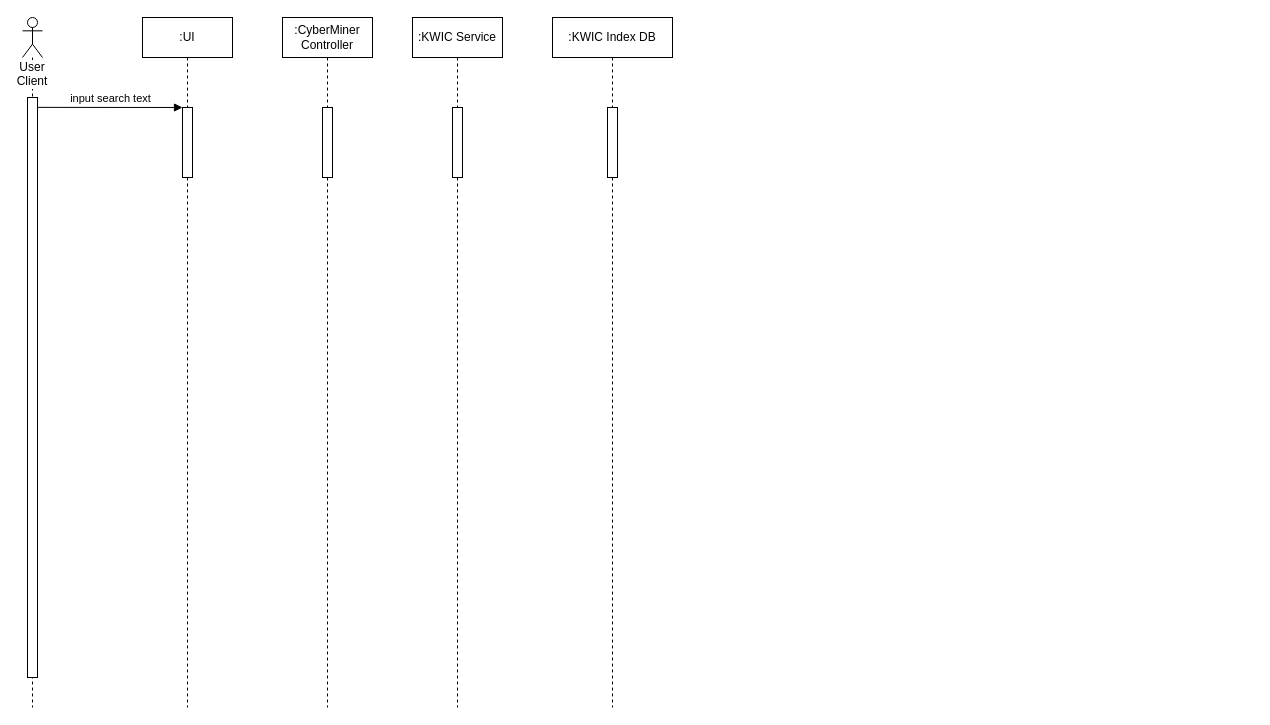
This is cyberminer_sequence.drawio from kntnguyen94/To-Do-List-Builder, a draw.io file, before an edit. Source tidied: cells renumbered, new cells numbered last; positions are measured from the earlier drawing's top-left corner, leaving out a move shared by most shapes. Both pictures are drawn from the tidied source at 100%, with x=0, y=0 at pixel (22, 17).
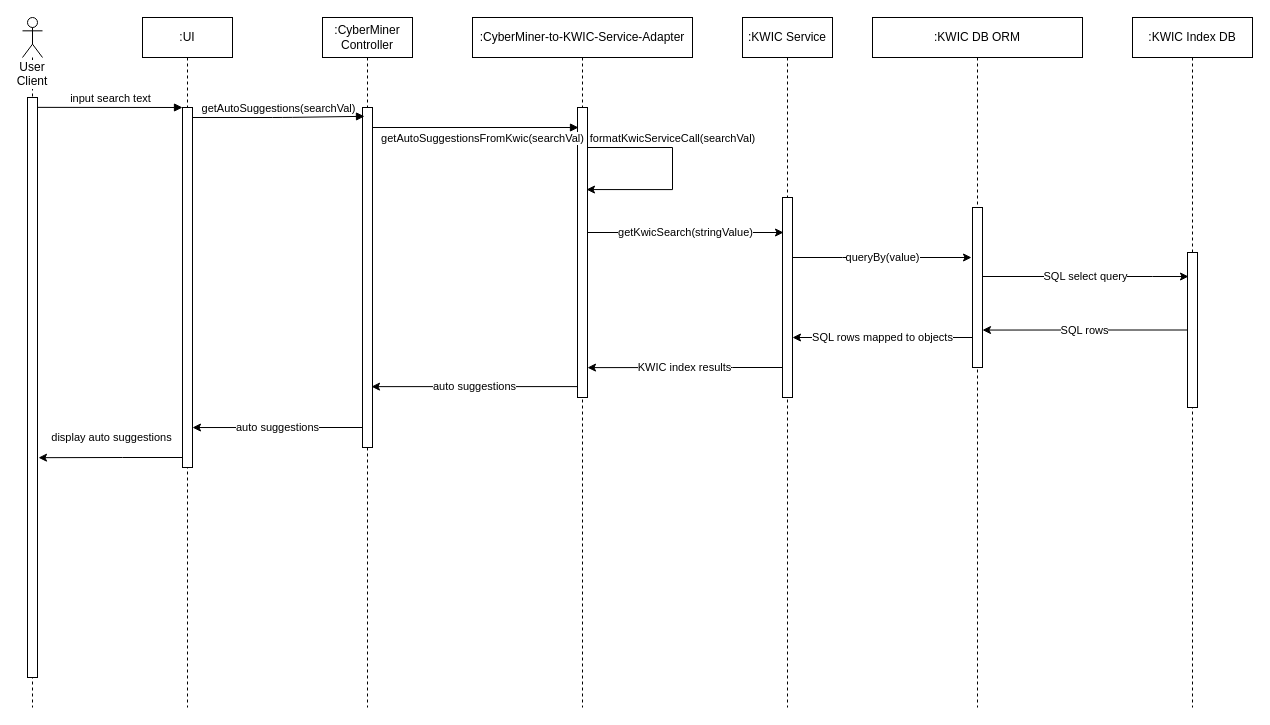
After the change.

Unchanged cells that the change refers to:
```xml
<mxCell id="2" value=":UI" style="shape=umlLifeline;perimeter=lifelinePerimeter;whiteSpace=wrap;html=1;" parent="1" vertex="1">
  <mxGeometry x="120" width="90" height="690" as="geometry" />
</mxCell>
<mxCell id="5" style="html=1;points=[];perimeter=orthogonalPerimeter;" parent="4" vertex="1">
  <mxGeometry x="5" y="80" width="10" height="580" as="geometry" />
</mxCell>
```

What changed in the source:
```diff
@@
     <mxCell id="3" style="html=1;points=[];perimeter=orthogonalPerimeter;" parent="2" vertex="1">
-      <mxGeometry x="40" y="90" width="10" height="70" as="geometry" />
+      <mxGeometry x="40" y="90" width="10" height="360" as="geometry" />
     </mxCell>
@@
     <mxCell id="7" value=":CyberMiner Controller" style="shape=umlLifeline;perimeter=lifelinePerimeter;whiteSpace=wrap;html=1;" parent="1" vertex="1">
-      <mxGeometry x="260" width="90" height="690" as="geometry" />
+      <mxGeometry x="300" width="90" height="690" as="geometry" />
     </mxCell>
     <mxCell id="8" style="html=1;points=[];perimeter=orthogonalPerimeter;" parent="7" vertex="1">
-      <mxGeometry x="40" y="90" width="10" height="70" as="geometry" />
+      <mxGeometry x="40" y="90" width="10" height="340" as="geometry" />
     </mxCell>
     <mxCell id="9" value=":KWIC Service" style="shape=umlLifeline;perimeter=lifelinePerimeter;whiteSpace=wrap;html=1;" parent="1" vertex="1">
-      <mxGeometry x="390" width="90" height="690" as="geometry" />
+      <mxGeometry x="720" width="90" height="690" as="geometry" />
     </mxCell>
     <mxCell id="10" style="html=1;points=[];perimeter=orthogonalPerimeter;" parent="9" vertex="1">
-      <mxGeometry x="40" y="90" width="10" height="70" as="geometry" />
+      <mxGeometry x="40" y="180" width="10" height="200" as="geometry" />
     </mxCell>
     <mxCell id="11" value=":KWIC Index DB" style="shape=umlLifeline;perimeter=lifelinePerimeter;whiteSpace=wrap;html=1;" parent="1" vertex="1">
-      <mxGeometry x="530" width="120" height="690" as="geometry" />
+      <mxGeometry x="1110" width="120" height="690" as="geometry" />
     </mxCell>
     <mxCell id="12" style="html=1;points=[];perimeter=orthogonalPerimeter;" parent="11" vertex="1">
-      <mxGeometry x="55" y="90" width="10" height="70" as="geometry" />
+      <mxGeometry x="55" y="235" width="10" height="155" as="geometry" />
     </mxCell>
+    <mxCell id="13" value="getAutoSuggestions(searchVal)" style="html=1;verticalAlign=bottom;endArrow=block;entryX=0.2;entryY=0.026;entryDx=0;entryDy=0;entryPerimeter=0;" parent="1" edge="1" source="3" target="8">
+      <mxGeometry relative="1" as="geometry">
+        <Array as="points">
+          <mxPoint x="260" y="100" />
+        </Array>
+      </mxGeometry>
+    </mxCell>
+    <mxCell id="14" value=":CyberMiner-to-KWIC-Service-Adapter" style="shape=umlLifeline;perimeter=lifelinePerimeter;whiteSpace=wrap;html=1;" parent="1" vertex="1">
+      <mxGeometry x="450" width="220" height="690" as="geometry" />
+    </mxCell>
+    <mxCell id="15" value="formatKwicServiceCall(searchVal)" style="edgeStyle=orthogonalEdgeStyle;rounded=0;orthogonalLoop=1;jettySize=auto;html=1;entryX=0.9;entryY=0.283;entryDx=0;entryDy=0;entryPerimeter=0;" parent="14" edge="1" source="16" target="16">
+      <mxGeometry x="-0.19" y="10" relative="1" as="geometry">
+        <Array as="points">
+          <mxPoint x="200" y="130" />
+          <mxPoint x="200" y="172" />
+        </Array>
+        <mxPoint x="-10" y="-10" as="offset" />
+      </mxGeometry>
+    </mxCell>
+    <mxCell id="16" style="html=1;points=[];perimeter=orthogonalPerimeter;" parent="14" vertex="1">
+      <mxGeometry x="105" y="90" width="10" height="290" as="geometry" />
+    </mxCell>
+    <mxCell id="17" value="getAutoSuggestionsFromKwic(searchVal)" style="html=1;verticalAlign=bottom;endArrow=block;entryX=0.1;entryY=0.069;entryDx=0;entryDy=0;entryPerimeter=0;" parent="1" edge="1" target="16">
+      <mxGeometry x="0.07" y="-20" relative="1" as="geometry">
+        <mxPoint x="350" y="110" as="sourcePoint" />
+      </mxGeometry>
+    </mxCell>
+    <mxCell id="18" value="getKwicSearch(stringValue)" style="edgeStyle=orthogonalEdgeStyle;rounded=0;jettySize=auto;html=1;" parent="1" edge="1" source="16">
+      <mxGeometry relative="1" as="geometry">
+        <mxPoint x="761" y="215" as="targetPoint" />
+        <Array as="points">
+          <mxPoint x="761" y="215" />
+        </Array>
+      </mxGeometry>
+    </mxCell>
+    <mxCell id="19" value=":KWIC DB ORM" style="shape=umlLifeline;perimeter=lifelinePerimeter;whiteSpace=wrap;html=1;" parent="1" vertex="1">
+      <mxGeometry x="850" width="210" height="690" as="geometry" />
+    </mxCell>
+    <mxCell id="20" style="html=1;points=[];perimeter=orthogonalPerimeter;" parent="19" vertex="1">
+      <mxGeometry x="100" y="190" width="10" height="160" as="geometry" />
+    </mxCell>
+    <mxCell id="21" value="queryBy(value)" style="edgeStyle=orthogonalEdgeStyle;rounded=0;jettySize=auto;html=1;" parent="1" edge="1" source="10">
+      <mxGeometry relative="1" as="geometry">
+        <mxPoint x="949" y="240" as="targetPoint" />
+        <Array as="points">
+          <mxPoint x="820" y="240" />
+          <mxPoint x="820" y="240" />
+        </Array>
+      </mxGeometry>
+    </mxCell>
+    <mxCell id="22" value="SQL select query" style="edgeStyle=orthogonalEdgeStyle;rounded=0;jettySize=auto;html=1;entryX=0.1;entryY=0.155;entryDx=0;entryDy=0;entryPerimeter=0;" parent="1" edge="1" source="20" target="12">
+      <mxGeometry relative="1" as="geometry">
+        <Array as="points">
+          <mxPoint x="1130" y="259" />
+          <mxPoint x="1130" y="259" />
+        </Array>
+      </mxGeometry>
+    </mxCell>
+    <mxCell id="23" value="SQL rows" style="edgeStyle=orthogonalEdgeStyle;rounded=0;jettySize=auto;html=1;entryX=1;entryY=0.766;entryDx=0;entryDy=0;entryPerimeter=0;" parent="1" edge="1" source="12" target="20">
+      <mxGeometry relative="1" as="geometry" />
+    </mxCell>
+    <mxCell id="24" value="SQL rows mapped to objects" style="edgeStyle=orthogonalEdgeStyle;rounded=0;orthogonalLoop=1;jettySize=auto;html=1;entryX=1;entryY=0.766;entryDx=0;entryDy=0;entryPerimeter=0;" parent="1" edge="1">
+      <mxGeometry relative="1" as="geometry">
+        <mxPoint x="950" y="320" as="sourcePoint" />
+        <mxPoint x="770" y="320" as="targetPoint" />
+      </mxGeometry>
+    </mxCell>
+    <mxCell id="25" value="KWIC index results" style="edgeStyle=orthogonalEdgeStyle;rounded=0;jettySize=auto;html=1;entryX=1;entryY=0.897;entryDx=0;entryDy=0;entryPerimeter=0;" parent="1" edge="1" source="10" target="16">
+      <mxGeometry relative="1" as="geometry">
+        <Array as="points">
+          <mxPoint x="710" y="350" />
+          <mxPoint x="710" y="350" />
+        </Array>
+      </mxGeometry>
+    </mxCell>
+    <mxCell id="26" value="auto suggestions" style="edgeStyle=orthogonalEdgeStyle;rounded=0;jettySize=auto;html=1;entryX=0.9;entryY=0.821;entryDx=0;entryDy=0;entryPerimeter=0;" parent="1" edge="1" source="16" target="8">
+      <mxGeometry relative="1" as="geometry">
+        <Array as="points">
+          <mxPoint x="490" y="370" />
+        </Array>
+      </mxGeometry>
+    </mxCell>
+    <mxCell id="27" value="auto suggestions" style="edgeStyle=orthogonalEdgeStyle;rounded=0;jettySize=auto;html=1;entryX=1;entryY=0.889;entryDx=0;entryDy=0;entryPerimeter=0;" parent="1" edge="1" source="8" target="3">
+      <mxGeometry relative="1" as="geometry">
+        <Array as="points">
+          <mxPoint x="290" y="410" />
+          <mxPoint x="290" y="410" />
+        </Array>
+      </mxGeometry>
+    </mxCell>
+    <mxCell id="28" value="display auto suggestions" style="edgeStyle=orthogonalEdgeStyle;rounded=0;jettySize=auto;html=1;entryX=1.1;entryY=0.621;entryDx=0;entryDy=0;entryPerimeter=0;" parent="1" edge="1" source="3" target="5">
+      <mxGeometry x="-0.01" y="-20" relative="1" as="geometry">
+        <Array as="points">
+          <mxPoint x="100" y="440" />
+          <mxPoint x="100" y="440" />
+        </Array>
+      </mxGeometry>
+    </mxCell>
```
